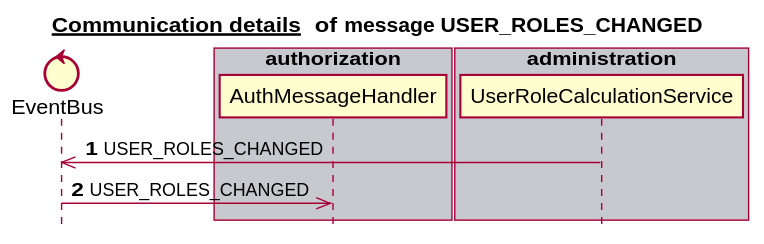
Above: docs/latest/images/gen_domain_messaging_user_roles_changed.svg in mercedes-benz/sechub (PlantUML), before the change.
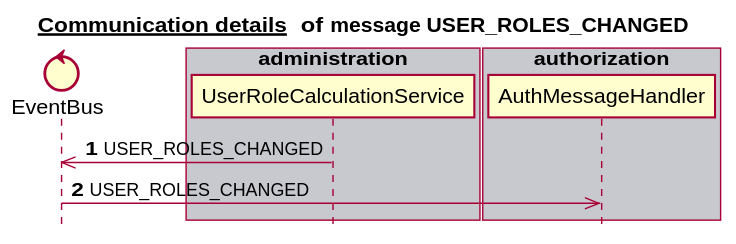
Later version of the same file.

Change to the diagram source:
```diff
@@ -6,15 +6,15 @@
 
 
 control EventBus
+box "administration" #C8C8CF
+   participant UserRoleCalculationService
+end box
+box "schedule" #F8F8FF
+end box
 box "authorization" #C8C8CF
    participant AuthMessageHandler
 end box
 box "scan" #F8F8FF
-end box
-box "administration" #C8C8CF
-   participant UserRoleCalculationService
-end box
-box "schedule" #F8F8FF
 end box
 box "notification" #C8C8CF
 end box
```
